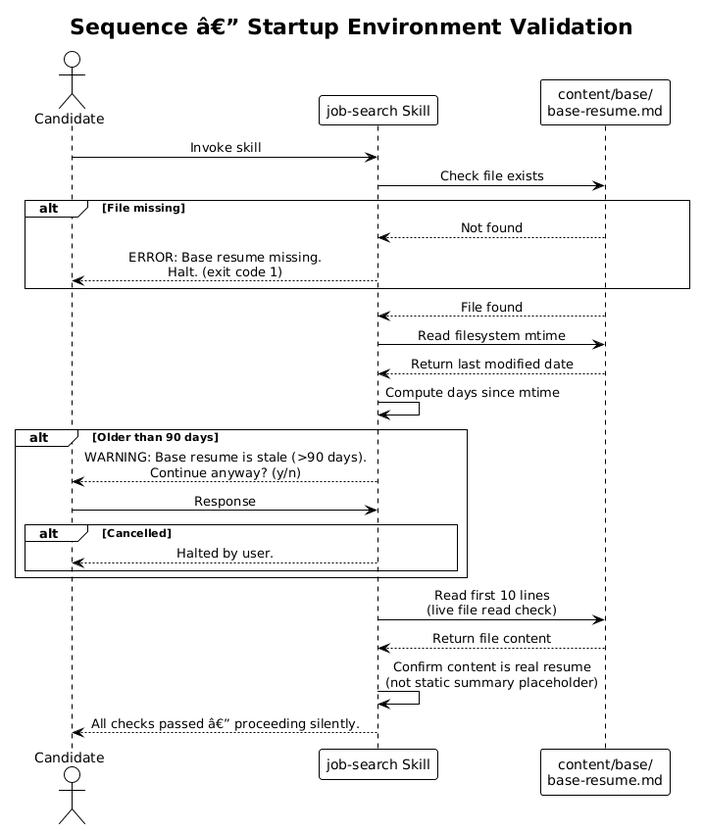
QuinntyneBrown/Orbit keeps this PlantUML diagram as docs/detailed-designs/13-skill-infrastructure/diagrams/sequence_startup_validation.png. Above is the earlier version.
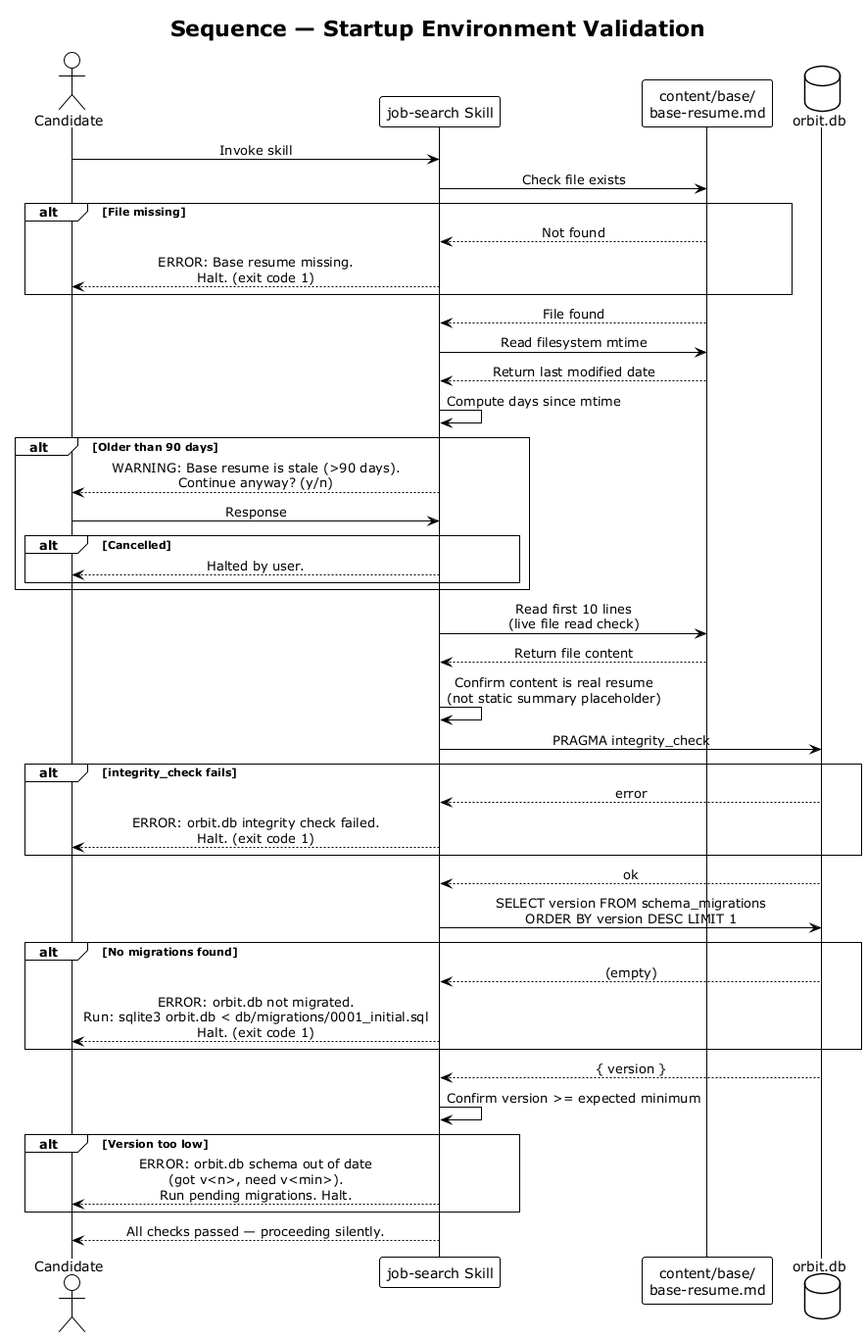
The same file after the commit.

What changed in the source:
```diff
@@ -1,12 +1,13 @@
-@startuml
+@startuml sequence_startup_validation
 !theme plain
 skinparam sequenceMessageAlign center
 
-title Sequence â€” Startup Environment Validation
+title Sequence — Startup Environment Validation
 
 actor Candidate
 participant "job-search Skill" as Skill
 participant "content/base/\nbase-resume.md" as BaseResume
+database "orbit.db" as DB
 
 Candidate -> Skill : Invoke skill
 
@@ -35,5 +36,25 @@
 
 Skill -> Skill : Confirm content is real resume\n(not static summary placeholder)
 
-Skill --> Candidate : All checks passed â€” proceeding silently.
+Skill -> DB : PRAGMA integrity_check
+alt integrity_check fails
+    DB --> Skill : error
+    Skill --> Candidate : ERROR: orbit.db integrity check failed.\nHalt. (exit code 1)
+end
+DB --> Skill : ok
+
+Skill -> DB : SELECT version FROM schema_migrations\nORDER BY version DESC LIMIT 1
+alt No migrations found
+    DB --> Skill : (empty)
+    Skill --> Candidate : ERROR: orbit.db not migrated.\nRun: sqlite3 orbit.db < db/migrations/0001_initial.sql\nHalt. (exit code 1)
+end
+DB --> Skill : { version }
+
+Skill -> Skill : Confirm version >= expected minimum
+alt Version too low
+    Skill --> Candidate : ERROR: orbit.db schema out of date\n(got v<n>, need v<min>).\nRun pending migrations. Halt.
+end
+
+Skill --> Candidate : All checks passed — proceeding silently.
+
 @enduml
```
